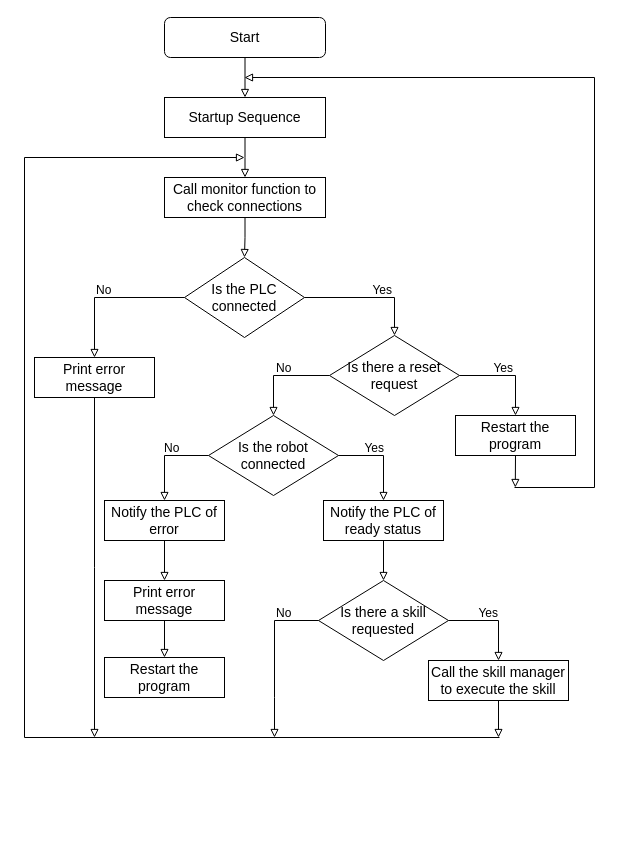
Earlier version of the draw.io diagram Recycling Module Program Ablaufdiagram.drawio (frangonzalez98/Diagramas_PFG). Source tidied: cells renumbered, new cells numbered last; positions are measured from the earlier drawing's top-left corner, leaving out a move shared by most shapes. Both pictures are drawn from the tidied source at 100%, with x=0, y=0 at pixel (24, 17).
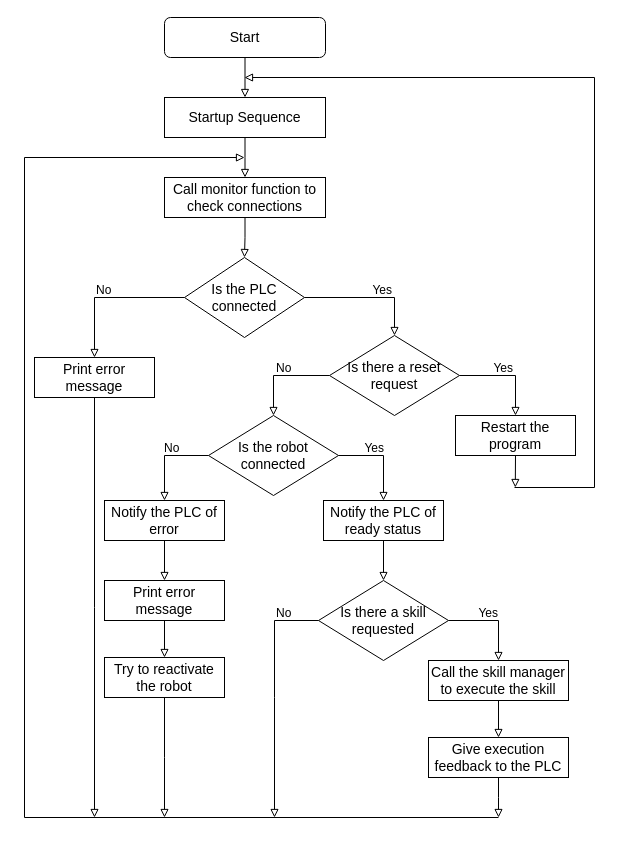
The same page after the edit.

Unchanged cells that the change refers to:
```xml
<mxCell id="8" value="&lt;font style=&quot;font-size: 14px;&quot;&gt;Print error message&lt;/font&gt;" style="rounded=0;whiteSpace=wrap;html=1;fillColor=none;" parent="1" vertex="1">
  <mxGeometry x="10" y="340" width="120" height="40" as="geometry" />
</mxCell>
<mxCell id="23" value="&lt;font style=&quot;font-size: 14px;&quot;&gt;Is there a skill requested&lt;/font&gt;" style="rhombus;whiteSpace=wrap;html=1;fontSize=12;fillColor=none;" parent="1" vertex="1">
  <mxGeometry x="294" y="563" width="130" height="80" as="geometry" />
</mxCell>
```

The edit, as a diff of the source:
```diff
@@
     <mxCell id="7" style="edgeStyle=orthogonalEdgeStyle;rounded=0;jettySize=auto;html=1;exitX=0.5;exitY=1;exitDx=0;exitDy=0;fontSize=14;endArrow=block;endFill=0;" parent="1" edge="1" source="8">
       <mxGeometry relative="1" as="geometry">
-        <mxPoint x="70" y="720" as="targetPoint" />
+        <mxPoint x="70" y="800" as="targetPoint" />
       </mxGeometry>
     </mxCell>
@@
     <mxCell id="16" style="endArrow=block;html=1;rounded=0;fontSize=14;endFill=0;" parent="1" edge="1">
       <mxGeometry relative="1" as="geometry">
-        <mxPoint x="475" y="720" as="sourcePoint" />
+        <mxPoint x="474" y="800" as="sourcePoint" />
         <mxPoint x="220" y="140" as="targetPoint" />
         <Array as="points">
-          <mxPoint y="720" />
+          <mxPoint y="800" />
           <mxPoint y="140" />
         </Array>
       </mxGeometry>
     </mxCell>
@@
     <mxCell id="22" style="edgeStyle=orthogonalEdgeStyle;rounded=0;jettySize=auto;html=1;exitX=0;exitY=0.5;exitDx=0;exitDy=0;endArrow=block;endFill=0;" parent="1" edge="1" source="23">
       <mxGeometry relative="1" as="geometry">
-        <mxPoint x="250" y="720" as="targetPoint" />
+        <mxPoint x="250" y="800" as="targetPoint" />
         <Array as="points">
           <mxPoint x="250" y="603" />
           <mxPoint x="250" y="680" />
         </Array>
       </mxGeometry>
     </mxCell>
@@
+    <mxCell id="43" style="edgeStyle=orthogonalEdgeStyle;rounded=0;jettySize=auto;html=1;exitX=0.5;exitY=1;exitDx=0;exitDy=0;endArrow=block;endFill=0;" parent="1" edge="1" source="42">
+      <mxGeometry relative="1" as="geometry">
+        <mxPoint x="140" y="800" as="targetPoint" />
+      </mxGeometry>
+    </mxCell>
-    <mxCell id="42" value="&lt;span style=&quot;font-size: 14px;&quot;&gt;Restart the program&lt;/span&gt;" style="rounded=0;whiteSpace=wrap;html=1;fillColor=none;" parent="1" vertex="1">
+    <mxCell id="42" value="&lt;span style=&quot;font-size: 14px;&quot;&gt;Try to reactivate the robot&lt;/span&gt;" style="rounded=0;whiteSpace=wrap;html=1;fillColor=none;" parent="1" vertex="1">
       <mxGeometry x="80" y="640" width="120" height="40" as="geometry" />
     </mxCell>
+    <mxCell id="44" style="edgeStyle=orthogonalEdgeStyle;rounded=0;jettySize=auto;html=1;exitX=0.5;exitY=1;exitDx=0;exitDy=0;endArrow=block;endFill=0;" parent="1" edge="1" source="45">
+      <mxGeometry relative="1" as="geometry">
+        <mxPoint x="474" y="800" as="targetPoint" />
+      </mxGeometry>
+    </mxCell>
+    <mxCell id="45" value="&lt;span style=&quot;font-size: 14px;&quot;&gt;Give execution feedback to the PLC&lt;/span&gt;" style="rounded=0;whiteSpace=wrap;html=1;fillColor=none;" parent="1" vertex="1">
+      <mxGeometry x="404" y="720" width="140" height="40" as="geometry" />
+    </mxCell>
```
